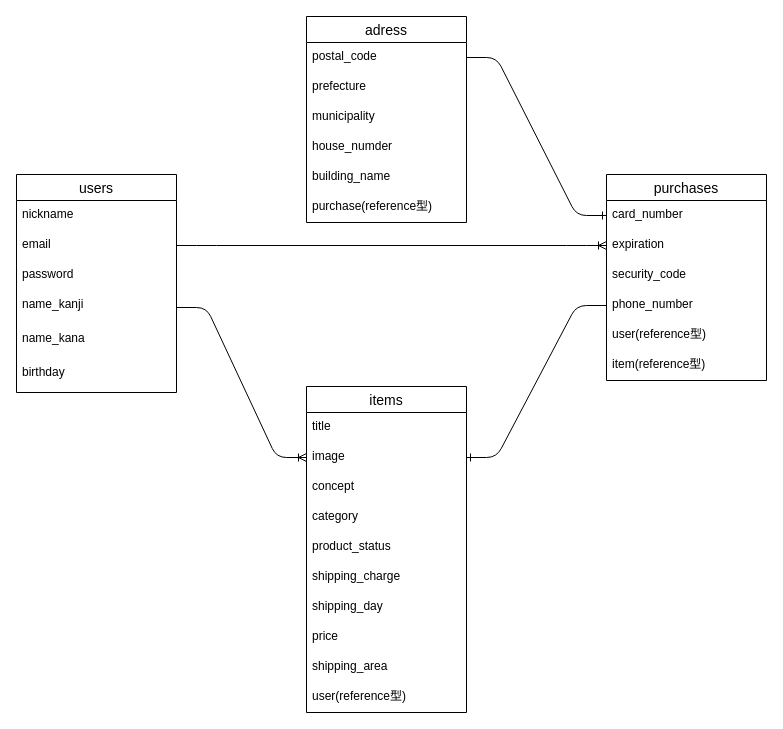
Before: furima.dio in yusei0726/furima-30315, a draw.io diagram. Source tidied: cells renumbered, new cells numbered last; positions are measured from the earlier drawing's top-left corner, leaving out a move shared by most shapes. Both pictures are drawn from the tidied source at 100%, with x=0, y=0 at pixel (16, 16).
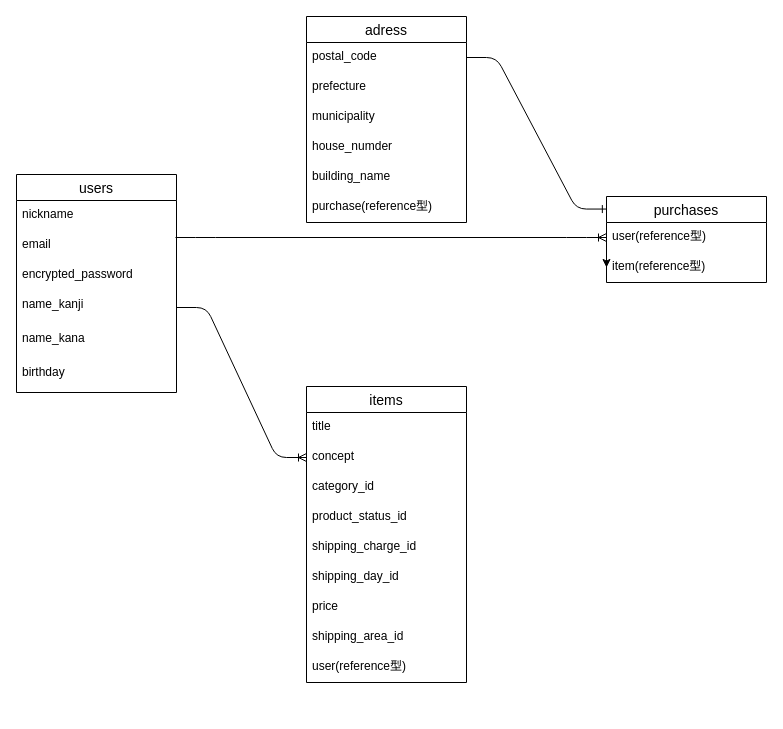
After the change.

Commit message:
データベース設計の修正(ER図)

Unchanged cells that the change refers to:
```xml
<mxCell id="14" value="postal_code" style="text;strokeColor=none;fillColor=none;spacingLeft=4;spacingRight=4;overflow=hidden;points=[[0,0.5],[1,0.5]];portConstraint=eastwest;fontSize=12;" parent="13" vertex="1">
  <mxGeometry y="26" width="160" height="30" as="geometry" />
</mxCell>
<mxCell id="27" value="users" style="swimlane;fontStyle=0;horizontal=1;startSize=26;align=center;fontSize=14;" parent="1" vertex="1">
  <mxGeometry y="158" width="160" height="218" as="geometry" />
</mxCell>
<mxCell id="29" value="email" style="text;strokeColor=none;fillColor=none;spacingLeft=4;spacingRight=4;overflow=hidden;points=[[0,0.5],[1,0.5]];portConstraint=eastwest;fontSize=12;" parent="27" vertex="1">
  <mxGeometry y="56" width="160" height="30" as="geometry" />
</mxCell>
<mxCell id="31" value="name_kanji" style="text;strokeColor=none;fillColor=none;spacingLeft=4;spacingRight=4;overflow=hidden;points=[[0,0.5],[1,0.5]];portConstraint=eastwest;fontSize=12;" parent="27" vertex="1">
  <mxGeometry y="116" width="160" height="34" as="geometry" />
</mxCell>
```

Change to the diagram source:
```diff
@@
     <mxCell id="2" value="items" style="swimlane;fontStyle=0;horizontal=1;startSize=26;align=center;fontSize=14;" parent="1" vertex="1">
-      <mxGeometry x="290" y="370" width="160" height="326" as="geometry" />
+      <mxGeometry x="290" y="370" width="160" height="296" as="geometry" />
     </mxCell>
@@
-    <mxCell id="4" value="image" style="text;strokeColor=none;fillColor=none;spacingLeft=4;spacingRight=4;overflow=hidden;points=[[0,0.5],[1,0.5]];portConstraint=eastwest;fontSize=12;" parent="2" vertex="1">
-      <mxGeometry y="56" width="160" height="30" as="geometry" />
-    </mxCell>
     <mxCell id="5" value="concept" style="text;strokeColor=none;fillColor=none;spacingLeft=4;spacingRight=4;overflow=hidden;fontSize=12;" parent="2" vertex="1">
-      <mxGeometry y="86" width="160" height="30" as="geometry" />
+      <mxGeometry y="56" width="160" height="30" as="geometry" />
     </mxCell>
-    <mxCell id="6" value="category" style="text;strokeColor=none;fillColor=none;spacingLeft=4;spacingRight=4;overflow=hidden;fontSize=12;" parent="2" vertex="1">
-      <mxGeometry y="116" width="160" height="30" as="geometry" />
+    <mxCell id="6" value="category_id" style="text;strokeColor=none;fillColor=none;spacingLeft=4;spacingRight=4;overflow=hidden;fontSize=12;" parent="2" vertex="1">
+      <mxGeometry y="86" width="160" height="30" as="geometry" />
     </mxCell>
-    <mxCell id="7" value="product_status" style="text;strokeColor=none;fillColor=none;spacingLeft=4;spacingRight=4;overflow=hidden;fontSize=12;" parent="2" vertex="1">
-      <mxGeometry y="146" width="160" height="30" as="geometry" />
+    <mxCell id="7" value="product_status_id" style="text;strokeColor=none;fillColor=none;spacingLeft=4;spacingRight=4;overflow=hidden;fontSize=12;" parent="2" vertex="1">
+      <mxGeometry y="116" width="160" height="30" as="geometry" />
     </mxCell>
-    <mxCell id="8" value="shipping_charge" style="text;strokeColor=none;fillColor=none;spacingLeft=4;spacingRight=4;overflow=hidden;fontSize=12;" parent="2" vertex="1">
-      <mxGeometry y="176" width="160" height="30" as="geometry" />
+    <mxCell id="8" value="shipping_charge_id" style="text;strokeColor=none;fillColor=none;spacingLeft=4;spacingRight=4;overflow=hidden;fontSize=12;" parent="2" vertex="1">
+      <mxGeometry y="146" width="160" height="30" as="geometry" />
     </mxCell>
-    <mxCell id="9" value="shipping_day" style="text;strokeColor=none;fillColor=none;spacingLeft=4;spacingRight=4;overflow=hidden;fontSize=12;" parent="2" vertex="1">
-      <mxGeometry y="206" width="160" height="30" as="geometry" />
+    <mxCell id="9" value="shipping_day_id" style="text;strokeColor=none;fillColor=none;spacingLeft=4;spacingRight=4;overflow=hidden;fontSize=12;" parent="2" vertex="1">
+      <mxGeometry y="176" width="160" height="30" as="geometry" />
     </mxCell>
     <mxCell id="10" value="price" style="text;strokeColor=none;fillColor=none;spacingLeft=4;spacingRight=4;overflow=hidden;fontSize=12;" parent="2" vertex="1">
-      <mxGeometry y="236" width="160" height="30" as="geometry" />
+      <mxGeometry y="206" width="160" height="30" as="geometry" />
     </mxCell>
-    <mxCell id="11" value="shipping_area" style="text;strokeColor=none;fillColor=none;spacingLeft=4;spacingRight=4;overflow=hidden;fontSize=12;" parent="2" vertex="1">
-      <mxGeometry y="266" width="160" height="30" as="geometry" />
+    <mxCell id="11" value="shipping_area_id" style="text;strokeColor=none;fillColor=none;spacingLeft=4;spacingRight=4;overflow=hidden;fontSize=12;" parent="2" vertex="1">
+      <mxGeometry y="236" width="160" height="30" as="geometry" />
     </mxCell>
     <mxCell id="12" value="user(reference型)" style="text;strokeColor=none;fillColor=none;spacingLeft=4;spacingRight=4;overflow=hidden;fontSize=12;" parent="2" vertex="1">
-      <mxGeometry y="296" width="160" height="30" as="geometry" />
+      <mxGeometry y="266" width="160" height="30" as="geometry" />
     </mxCell>
@@
     <mxCell id="20" value="purchases" style="swimlane;fontStyle=0;horizontal=1;startSize=26;align=center;fontSize=14;" parent="1" vertex="1">
-      <mxGeometry x="590" y="158" width="160" height="206" as="geometry" />
+      <mxGeometry x="590" y="180" width="160" height="86" as="geometry" />
     </mxCell>
-    <mxCell id="21" value="card_number" style="text;strokeColor=none;fillColor=none;spacingLeft=4;spacingRight=4;overflow=hidden;points=[[0,0.5],[1,0.5]];portConstraint=eastwest;fontSize=12;" parent="20" vertex="1">
-      <mxGeometry y="26" width="160" height="30" as="geometry" />
-    </mxCell>
-    <mxCell id="22" value="expiration" style="text;strokeColor=none;fillColor=none;spacingLeft=4;spacingRight=4;overflow=hidden;points=[[0,0.5],[1,0.5]];portConstraint=eastwest;fontSize=12;" parent="20" vertex="1">
-      <mxGeometry y="56" width="160" height="30" as="geometry" />
-    </mxCell>
-    <mxCell id="23" value="security_code" style="text;strokeColor=none;fillColor=none;spacingLeft=4;spacingRight=4;overflow=hidden;fontSize=12;" parent="20" vertex="1">
-      <mxGeometry y="86" width="160" height="30" as="geometry" />
-    </mxCell>
-    <mxCell id="24" value="phone_number" style="text;strokeColor=none;fillColor=none;spacingLeft=4;spacingRight=4;overflow=hidden;points=[[0,0.5],[1,0.5]];portConstraint=eastwest;fontSize=12;" parent="20" vertex="1">
-      <mxGeometry y="116" width="160" height="30" as="geometry" />
-    </mxCell>
+    <mxCell id="38" style="edgeStyle=orthogonalEdgeStyle;rounded=0;jettySize=auto;html=1;exitX=0;exitY=0.5;exitDx=0;exitDy=0;entryX=0;entryY=0.5;entryDx=0;entryDy=0;" parent="20" edge="1" source="25" target="26">
+      <mxGeometry relative="1" as="geometry" />
+    </mxCell>
     <mxCell id="25" value="user(reference型)" style="text;strokeColor=none;fillColor=none;spacingLeft=4;spacingRight=4;overflow=hidden;points=[[0,0.5],[1,0.5]];portConstraint=eastwest;fontSize=12;" parent="20" vertex="1">
-      <mxGeometry y="146" width="160" height="30" as="geometry" />
+      <mxGeometry y="26" width="160" height="30" as="geometry" />
     </mxCell>
     <mxCell id="26" value="item(reference型)" style="text;strokeColor=none;fillColor=none;spacingLeft=4;spacingRight=4;overflow=hidden;points=[[0,0.5],[1,0.5]];portConstraint=eastwest;fontSize=12;" parent="20" vertex="1">
-      <mxGeometry y="176" width="160" height="30" as="geometry" />
+      <mxGeometry y="56" width="160" height="30" as="geometry" />
     </mxCell>
@@
-    <mxCell id="30" value="password" style="text;strokeColor=none;fillColor=none;spacingLeft=4;spacingRight=4;overflow=hidden;fontSize=12;" parent="27" vertex="1">
+    <mxCell id="30" value="encrypted_password" style="text;strokeColor=none;fillColor=none;spacingLeft=4;spacingRight=4;overflow=hidden;fontSize=12;" parent="27" vertex="1">
       <mxGeometry y="86" width="160" height="30" as="geometry" />
     </mxCell>
@@
-    <mxCell id="34" style="edgeStyle=entityRelationEdgeStyle;fontSize=12;html=1;endArrow=ERoneToMany;exitX=1;exitY=0.5;exitDx=0;exitDy=0;entryX=0;entryY=0.5;entryDx=0;entryDy=0;" parent="1" edge="1" source="29" target="22">
-      <mxGeometry relative="1" as="geometry" />
+    <mxCell id="34" style="edgeStyle=entityRelationEdgeStyle;fontSize=12;html=1;endArrow=ERoneToMany;entryX=0;entryY=0.5;entryDx=0;entryDy=0;" parent="1" edge="1" target="25">
+      <mxGeometry relative="1" as="geometry">
+        <mxPoint x="159" y="221" as="sourcePoint" />
+      </mxGeometry>
     </mxCell>
-    <mxCell id="35" style="edgeStyle=entityRelationEdgeStyle;fontSize=12;html=1;endArrow=ERoneToMany;entryX=0;entryY=0.5;entryDx=0;entryDy=0;exitX=1;exitY=0.5;exitDx=0;exitDy=0;" parent="1" edge="1" source="31" target="4">
-      <mxGeometry relative="1" as="geometry" />
+    <mxCell id="35" style="edgeStyle=entityRelationEdgeStyle;fontSize=12;html=1;endArrow=ERoneToMany;entryX=0;entryY=0.5;entryDx=0;entryDy=0;exitX=1;exitY=0.5;exitDx=0;exitDy=0;" parent="1" edge="1" source="31">
+      <mxGeometry relative="1" as="geometry">
+        <mxPoint x="290" y="441" as="targetPoint" />
+      </mxGeometry>
     </mxCell>
-    <mxCell id="36" style="edgeStyle=entityRelationEdgeStyle;fontSize=12;html=1;endArrow=ERone;endFill=1;exitX=0;exitY=0.5;exitDx=0;exitDy=0;" parent="1" edge="1" source="24" target="4">
-      <mxGeometry relative="1" as="geometry" />
-    </mxCell>
-    <mxCell id="37" style="edgeStyle=entityRelationEdgeStyle;fontSize=12;html=1;endArrow=ERone;endFill=1;entryX=0;entryY=0.5;entryDx=0;entryDy=0;exitX=1;exitY=0.5;exitDx=0;exitDy=0;" parent="1" edge="1" source="14" target="21">
+    <mxCell id="37" style="edgeStyle=entityRelationEdgeStyle;fontSize=12;html=1;endArrow=ERone;endFill=1;entryX=-0.001;entryY=0.146;entryDx=0;entryDy=0;exitX=1;exitY=0.5;exitDx=0;exitDy=0;entryPerimeter=0;" parent="1" edge="1" source="14" target="20">
       <mxGeometry relative="1" as="geometry" />
     </mxCell>
```
